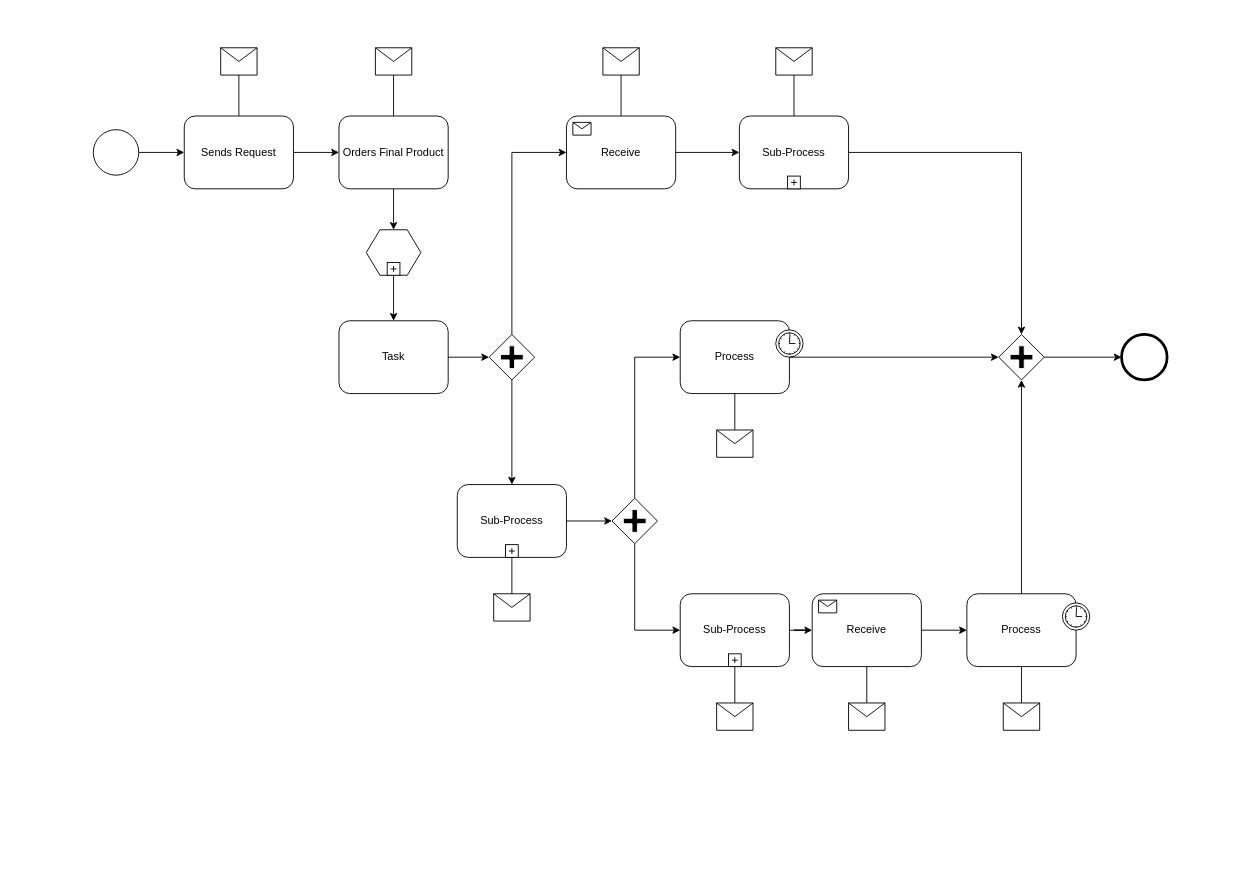
Before: BPMN Diagram.drawio in Arisa-Ndreu/test, a draw.io diagram. Source tidied: cells renumbered, new cells numbered last; positions are measured from the earlier drawing's top-left corner, leaving out a move shared by most shapes. Both pictures are drawn from the tidied source at 91%, with x=0, y=0 at pixel (93, 47).
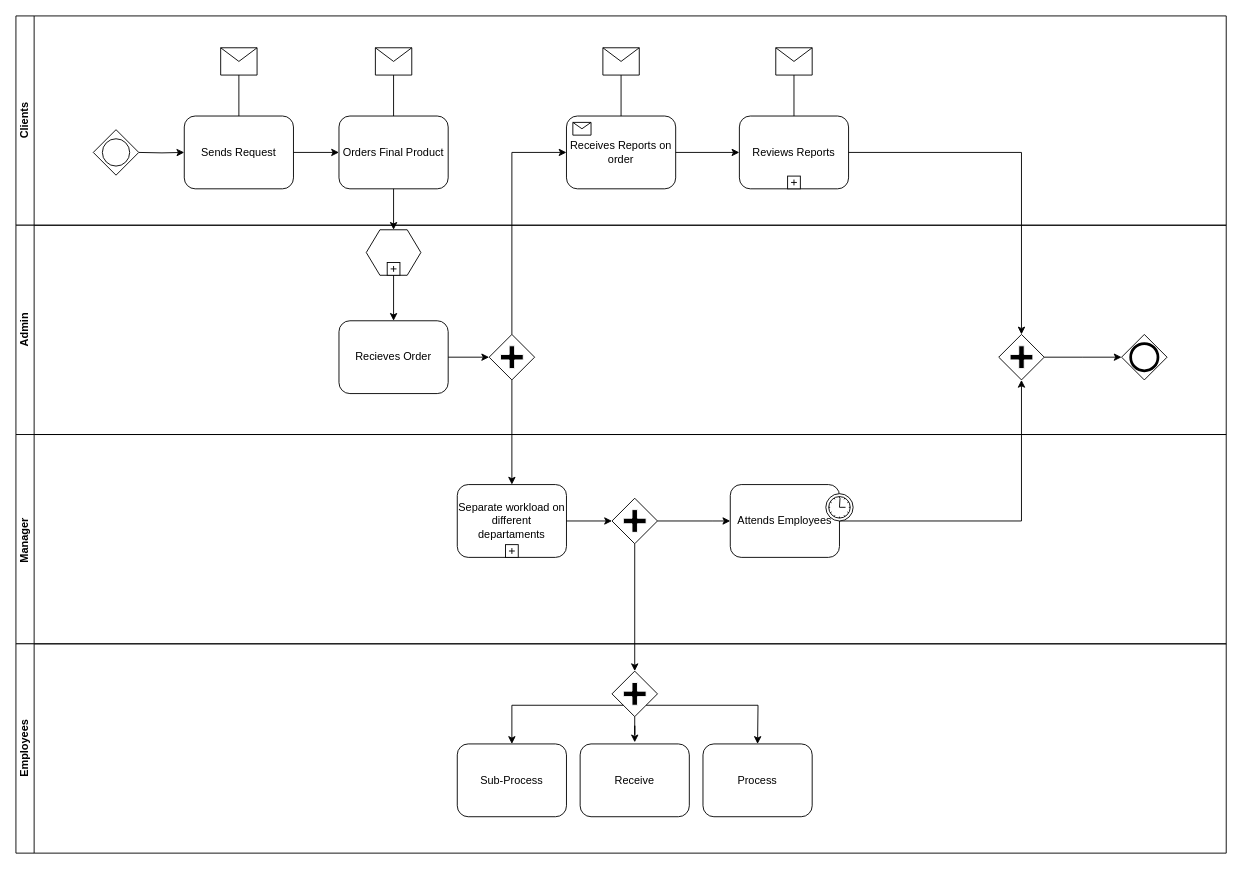
The same page after the edit.

The change refers to these unchanged cells:
```xml
<mxCell id="3" value="Sends Request" style="shape=ext;rounded=1;html=1;whiteSpace=wrap;" parent="1" vertex="1">
  <mxGeometry x="100" y="75" width="120" height="80" as="geometry" />
</mxCell>
<mxCell id="23" style="shape=mxgraph.bpmn.shape;html=1;verticalLabelPosition=bottom;labelBackgroundColor=#ffffff;verticalAlign=top;perimeter=rhombusPerimeter;background=gateway;outline=none;symbol=parallelGw;" parent="1" vertex="1">
  <mxGeometry x="995" y="315" width="50" height="50" as="geometry" />
</mxCell>
```

What changed in the source:
```diff
@@
-    <mxCell id="2" style="shape=mxgraph.bpmn.shape;html=1;verticalLabelPosition=bottom;labelBackgroundColor=#ffffff;verticalAlign=top;perimeter=ellipsePerimeter;outline=standard;symbol=general;" parent="1" vertex="1">
-      <mxGeometry y="90" width="50" height="50" as="geometry" />
-    </mxCell>
@@
-    <mxCell id="9" value="Task" style="shape=ext;rounded=1;html=1;whiteSpace=wrap;" parent="1" vertex="1">
+    <mxCell id="9" value="Recieves Order" style="shape=ext;rounded=1;html=1;whiteSpace=wrap;" parent="1" vertex="1">
       <mxGeometry x="270" y="300" width="120" height="80" as="geometry" />
     </mxCell>
@@
-    <mxCell id="11" value="Sub-Process" style="html=1;whiteSpace=wrap;rounded=1;" parent="1" vertex="1">
+    <mxCell id="11" value="Reviews Reports" style="html=1;whiteSpace=wrap;rounded=1;" parent="1" vertex="1">
       <mxGeometry x="710" y="75" width="120" height="80" as="geometry" />
     </mxCell>
@@
-    <mxCell id="13" value="Receive" style="html=1;whiteSpace=wrap;rounded=1;" parent="1" vertex="1">
+    <mxCell id="13" value="Receives Reports on order" style="html=1;whiteSpace=wrap;rounded=1;" parent="1" vertex="1">
       <mxGeometry x="520" y="75" width="120" height="80" as="geometry" />
     </mxCell>
@@
-    <mxCell id="15" value="Process" style="html=1;whiteSpace=wrap;rounded=1;" parent="1" vertex="1">
-      <mxGeometry x="645" y="300" width="120" height="80" as="geometry" />
-    </mxCell>
-    <mxCell id="16" style="shape=mxgraph.bpmn.timer_start;perimeter=ellipsePerimeter;html=1;labelPosition=right;labelBackgroundColor=#ffffff;align=left;" parent="15" vertex="1">
-      <mxGeometry x="1" width="30" height="30" relative="1" as="geometry">
-        <mxPoint x="-15" y="10" as="offset" />
-      </mxGeometry>
-    </mxCell>
-    <mxCell id="17" value="Process" style="html=1;whiteSpace=wrap;rounded=1;" parent="1" vertex="1">
-      <mxGeometry x="960" y="600" width="120" height="80" as="geometry" />
-    </mxCell>
-    <mxCell id="18" style="shape=mxgraph.bpmn.timer_start;perimeter=ellipsePerimeter;html=1;labelPosition=right;labelBackgroundColor=#ffffff;align=left;" parent="17" vertex="1">
-      <mxGeometry x="1" width="30" height="30" relative="1" as="geometry">
-        <mxPoint x="-15" y="10" as="offset" />
-      </mxGeometry>
-    </mxCell>
-    <mxCell id="19" value="Receive" style="html=1;whiteSpace=wrap;rounded=1;" parent="1" vertex="1">
-      <mxGeometry x="790" y="600" width="120" height="80" as="geometry" />
-    </mxCell>
-    <mxCell id="20" style="html=1;shape=message;" parent="19" vertex="1">
-      <mxGeometry width="20" height="14" relative="1" as="geometry">
-        <mxPoint x="7" y="7" as="offset" />
-      </mxGeometry>
-    </mxCell>
-    <mxCell id="21" value="Sub-Process" style="html=1;whiteSpace=wrap;rounded=1;" parent="1" vertex="1">
-      <mxGeometry x="645" y="600" width="120" height="80" as="geometry" />
-    </mxCell>
-    <mxCell id="22" style="html=1;shape=plus;" parent="21" vertex="1">
-      <mxGeometry x="0.5" y="1" width="14" height="14" relative="1" as="geometry">
-        <mxPoint x="-7" y="-14" as="offset" />
-      </mxGeometry>
-    </mxCell>
@@
-    <mxCell id="24" style="shape=mxgraph.bpmn.shape;html=1;verticalLabelPosition=bottom;labelBackgroundColor=#ffffff;verticalAlign=top;perimeter=ellipsePerimeter;outline=end;symbol=general;" parent="1" vertex="1">
-      <mxGeometry x="1130" y="315" width="50" height="50" as="geometry" />
-    </mxCell>
@@
-    <mxCell id="27" value="Sub-Process" style="html=1;whiteSpace=wrap;rounded=1;" parent="1" vertex="1">
+    <mxCell id="27" value="Separate workload on different departaments" style="html=1;whiteSpace=wrap;rounded=1;" parent="1" vertex="1">
       <mxGeometry x="400" y="480" width="120" height="80" as="geometry" />
     </mxCell>
@@
-    <mxCell id="29" style="shape=message;whiteSpace=wrap;html=1;" parent="1" vertex="1">
-      <mxGeometry x="440" y="600" width="40" height="30" as="geometry" />
-    </mxCell>
-    <mxCell id="30" style="shape=message;whiteSpace=wrap;html=1;" parent="1" vertex="1">
-      <mxGeometry x="830" y="720" width="40" height="30" as="geometry" />
-    </mxCell>
-    <mxCell id="31" style="shape=message;whiteSpace=wrap;html=1;" parent="1" vertex="1">
-      <mxGeometry x="1000" y="720" width="40" height="30" as="geometry" />
-    </mxCell>
-    <mxCell id="32" style="shape=message;whiteSpace=wrap;html=1;" parent="1" vertex="1">
-      <mxGeometry x="685" y="720" width="40" height="30" as="geometry" />
-    </mxCell>
-    <mxCell id="33" style="shape=message;whiteSpace=wrap;html=1;" parent="1" vertex="1">
-      <mxGeometry x="685" y="420" width="40" height="30" as="geometry" />
-    </mxCell>
-    <mxCell id="34" style="edgeStyle=orthogonalEdgeStyle;rounded=0;html=1;jettySize=auto;" parent="1" edge="1" source="2" target="3">
-      <mxGeometry relative="1" as="geometry" />
+    <mxCell id="34" style="edgeStyle=orthogonalEdgeStyle;rounded=0;html=1;jettySize=auto;" parent="1" edge="1" target="3">
+      <mxGeometry relative="1" as="geometry">
+        <mxPoint x="50" y="115" as="sourcePoint" />
+      </mxGeometry>
     </mxCell>
@@
-    <mxCell id="43" style="edgeStyle=orthogonalEdgeStyle;rounded=0;html=1;jettySize=auto;" parent="1" edge="1" source="17" target="23">
-      <mxGeometry relative="1" as="geometry" />
-    </mxCell>
-    <mxCell id="44" style="edgeStyle=orthogonalEdgeStyle;rounded=0;html=1;jettySize=auto;" parent="1" edge="1" source="23" target="24">
-      <mxGeometry relative="1" as="geometry" />
+    <mxCell id="44" style="edgeStyle=orthogonalEdgeStyle;rounded=0;html=1;jettySize=auto;" parent="1" edge="1" source="23">
+      <mxGeometry relative="1" as="geometry">
+        <mxPoint x="1130" y="340" as="targetPoint" />
+      </mxGeometry>
     </mxCell>
@@
-    <mxCell id="50" style="edgeStyle=orthogonalEdgeStyle;rounded=0;html=1;jettySize=auto;endArrow=none;endFill=0;" parent="1" edge="1" source="29" target="27">
-      <mxGeometry relative="1" as="geometry" />
-    </mxCell>
+    <mxCell id="52" style="edgeStyle=orthogonalEdgeStyle;rounded=0;html=1;jettySize=auto;" parent="1" edge="1" source="51" target="67">
+      <mxGeometry relative="1" as="geometry">
+        <Array as="points">
+          <mxPoint x="595" y="695" />
+          <mxPoint x="595" y="695" />
+        </Array>
+      </mxGeometry>
+    </mxCell>
+    <mxCell id="55" style="edgeStyle=orthogonalEdgeStyle;rounded=0;html=1;jettySize=auto;" parent="1" edge="1" source="27" target="51">
+      <mxGeometry relative="1" as="geometry" />
+    </mxCell>
+    <mxCell id="61" style="shape=mxgraph.bpmn.gateway2;html=1;verticalLabelPosition=bottom;labelBackgroundColor=#ffffff;verticalAlign=top;align=center;perimeter=rhombusPerimeter;outline=standard;symbol=general;" parent="1" vertex="1">
+      <mxGeometry y="90" width="50" height="50" as="geometry" />
+    </mxCell>
+    <mxCell id="62" style="shape=mxgraph.bpmn.gateway2;html=1;verticalLabelPosition=bottom;labelBackgroundColor=#ffffff;verticalAlign=top;align=center;perimeter=rhombusPerimeter;outline=end;symbol=general;" parent="1" vertex="1">
+      <mxGeometry x="1130" y="315" width="50" height="50" as="geometry" />
+    </mxCell>
+    <mxCell id="63" value="Clients" style="swimlane;startSize=20;horizontal=0;html=1;whiteSpace=wrap;" parent="1" vertex="1">
+      <mxGeometry x="-85" y="-35" width="1330" height="230" as="geometry" />
+    </mxCell>
+    <mxCell id="64" value="Admin" style="swimlane;startSize=20;horizontal=0;html=1;whiteSpace=wrap;" parent="1" vertex="1">
+      <mxGeometry x="-85" y="195" width="1330" height="230" as="geometry" />
+    </mxCell>
+    <mxCell id="65" value="Manager&amp;nbsp;" style="swimlane;startSize=20;horizontal=0;html=1;whiteSpace=wrap;" parent="1" vertex="1">
+      <mxGeometry x="-85" y="425" width="1330" height="230" as="geometry" />
+    </mxCell>
-    <mxCell id="51" style="shape=mxgraph.bpmn.shape;html=1;verticalLabelPosition=bottom;labelBackgroundColor=#ffffff;verticalAlign=top;perimeter=rhombusPerimeter;background=gateway;outline=none;symbol=parallelGw;" parent="1" vertex="1">
-      <mxGeometry x="570" y="495" width="50" height="50" as="geometry" />
+    <mxCell id="51" style="shape=mxgraph.bpmn.shape;html=1;verticalLabelPosition=bottom;labelBackgroundColor=#ffffff;verticalAlign=top;perimeter=rhombusPerimeter;background=gateway;outline=none;symbol=parallelGw;" parent="65" vertex="1">
+      <mxGeometry x="655" y="70" width="50" height="50" as="geometry" />
     </mxCell>
-    <mxCell id="52" style="edgeStyle=orthogonalEdgeStyle;rounded=0;html=1;jettySize=auto;" parent="1" edge="1" source="51" target="21">
-      <mxGeometry relative="1" as="geometry">
-        <Array as="points">
-          <mxPoint x="595" y="640" />
-        </Array>
-      </mxGeometry>
-    </mxCell>
+    <mxCell id="15" value="Attends Employees" style="html=1;whiteSpace=wrap;rounded=1;" parent="65" vertex="1">
+      <mxGeometry x="785" y="55" width="120" height="80" as="geometry" />
+    </mxCell>
+    <mxCell id="16" style="shape=mxgraph.bpmn.timer_start;perimeter=ellipsePerimeter;html=1;labelPosition=right;labelBackgroundColor=#ffffff;align=left;" parent="15" vertex="1">
+      <mxGeometry x="1" width="30" height="30" relative="1" as="geometry">
+        <mxPoint x="-15" y="10" as="offset" />
+      </mxGeometry>
+    </mxCell>
-    <mxCell id="53" style="edgeStyle=orthogonalEdgeStyle;rounded=0;html=1;jettySize=auto;" parent="1" edge="1" source="51" target="15">
+    <mxCell id="53" style="edgeStyle=orthogonalEdgeStyle;rounded=0;html=1;jettySize=auto;" parent="65" edge="1" source="51" target="15">
       <mxGeometry relative="1" as="geometry">
         <Array as="points">
-          <mxPoint x="595" y="340" />
+          <mxPoint x="765" y="95" />
+          <mxPoint x="765" y="95" />
         </Array>
       </mxGeometry>
     </mxCell>
-    <mxCell id="54" style="edgeStyle=orthogonalEdgeStyle;rounded=0;html=1;jettySize=auto;endArrow=none;endFill=0;" parent="1" edge="1" source="33" target="15">
-      <mxGeometry relative="1" as="geometry" />
-    </mxCell>
-    <mxCell id="55" style="edgeStyle=orthogonalEdgeStyle;rounded=0;html=1;jettySize=auto;" parent="1" edge="1" source="27" target="51">
-      <mxGeometry relative="1" as="geometry" />
-    </mxCell>
+    <mxCell id="66" value="Employees" style="swimlane;startSize=20;horizontal=0;html=1;whiteSpace=wrap;" parent="1" vertex="1">
+      <mxGeometry x="-85" y="655" width="1330" height="230" as="geometry" />
+    </mxCell>
+    <mxCell id="67" style="shape=mxgraph.bpmn.shape;html=1;verticalLabelPosition=bottom;labelBackgroundColor=#ffffff;verticalAlign=top;perimeter=rhombusPerimeter;background=gateway;outline=none;symbol=parallelGw;" parent="66" vertex="1">
+      <mxGeometry x="655" y="30" width="50" height="50" as="geometry" />
+    </mxCell>
+    <mxCell id="21" value="Sub-Process" style="html=1;whiteSpace=wrap;rounded=1;" parent="66" vertex="1">
+      <mxGeometry x="485" y="110" width="120" height="80" as="geometry" />
+    </mxCell>
-    <mxCell id="56" style="edgeStyle=orthogonalEdgeStyle;rounded=0;html=1;jettySize=auto;" parent="1" edge="1" source="21" target="19">
+    <mxCell id="56" style="edgeStyle=orthogonalEdgeStyle;rounded=0;html=1;jettySize=auto;entryX=0.5;entryY=0;entryDx=0;entryDy=0;exitX=0.25;exitY=0.75;exitDx=0;exitDy=0;exitPerimeter=0;" parent="66" edge="1" source="67" target="21">
       <mxGeometry relative="1" as="geometry" />
     </mxCell>
-    <mxCell id="57" style="edgeStyle=orthogonalEdgeStyle;rounded=0;html=1;jettySize=auto;endArrow=none;endFill=0;" parent="1" edge="1" source="32" target="21">
-      <mxGeometry relative="1" as="geometry" />
-    </mxCell>
-    <mxCell id="58" style="edgeStyle=orthogonalEdgeStyle;rounded=0;html=1;jettySize=auto;endArrow=none;endFill=0;" parent="1" edge="1" source="30" target="19">
-      <mxGeometry relative="1" as="geometry" />
-    </mxCell>
-    <mxCell id="59" style="edgeStyle=orthogonalEdgeStyle;rounded=0;html=1;jettySize=auto;endArrow=none;endFill=0;" parent="1" edge="1" source="31" target="17">
-      <mxGeometry relative="1" as="geometry" />
-    </mxCell>
+    <mxCell id="19" value="Receive" style="html=1;whiteSpace=wrap;rounded=1;" parent="66" vertex="1">
+      <mxGeometry x="620" y="110" width="120" height="80" as="geometry" />
+    </mxCell>
-    <mxCell id="60" style="edgeStyle=orthogonalEdgeStyle;rounded=0;html=1;jettySize=auto;" parent="1" edge="1" source="19" target="17">
+    <mxCell id="60" style="edgeStyle=orthogonalEdgeStyle;rounded=0;html=1;jettySize=auto;entryX=0.5;entryY=-0.022;entryDx=0;entryDy=0;entryPerimeter=0;" parent="66" edge="1" source="67" target="19">
       <mxGeometry relative="1" as="geometry" />
     </mxCell>
+    <mxCell id="17" value="Process" style="html=1;whiteSpace=wrap;rounded=1;" parent="66" vertex="1">
+      <mxGeometry x="755" y="110" width="120" height="80" as="geometry" />
+    </mxCell>
+    <mxCell id="68" style="edgeStyle=orthogonalEdgeStyle;rounded=0;html=1;jettySize=auto;entryX=0.5;entryY=0;entryDx=0;entryDy=0;exitX=0.75;exitY=0.75;exitDx=0;exitDy=0;exitPerimeter=0;" parent="66" edge="1" source="67">
+      <mxGeometry relative="1" as="geometry">
+        <mxPoint x="815" y="110" as="targetPoint" />
+      </mxGeometry>
+    </mxCell>
```
